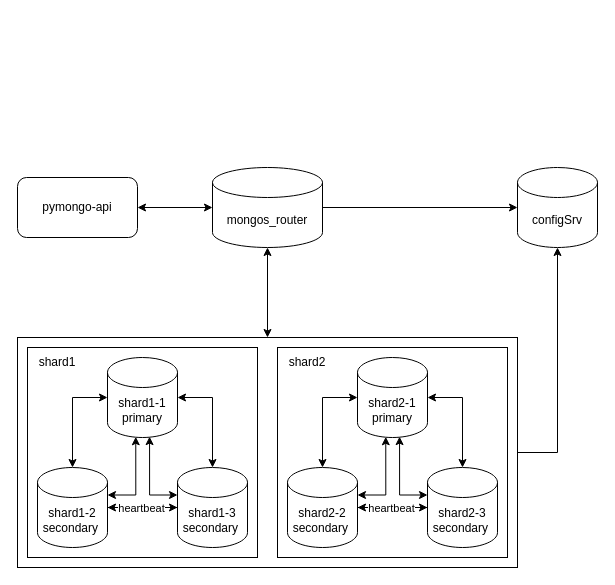
Above: diagrams/task2.drawio in Alteracia/practicum_black-friday (draw.io), before the change. Source tidied: cells renumbered, new cells numbered last; positions are measured from the earlier drawing's top-left corner, leaving out a move shared by most shapes. Both pictures are drawn from the tidied source at 100%, with x=0, y=0 at pixel (17, 167).
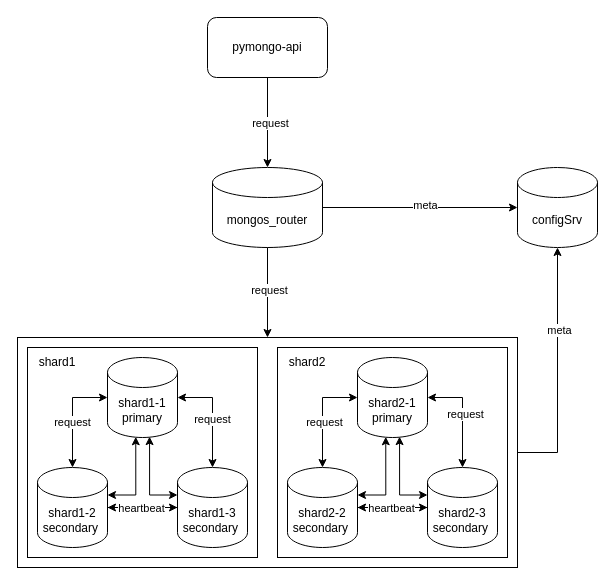
Above is the later version.

Unchanged cells that the change refers to:
```xml
<mxCell id="2" style="rounded=0;whiteSpace=wrap;html=1;" parent="1" vertex="1">
  <mxGeometry y="170" width="500" height="230" as="geometry" />
</mxCell>
<mxCell id="4" style="edgeStyle=orthogonalEdgeStyle;rounded=0;jettySize=auto;html=1;startArrow=classic;startFill=1;exitX=1;exitY=0.5;exitDx=0;exitDy=0;exitPerimeter=0;" parent="1" edge="1" source="5" target="15">
  <mxGeometry relative="1" as="geometry" />
</mxCell>
<mxCell id="8" value="mongos_router" style="shape=cylinder3;whiteSpace=wrap;html=1;boundedLbl=1;backgroundOutline=1;size=15;" parent="1" vertex="1">
  <mxGeometry x="195" width="110" height="80" as="geometry" />
</mxCell>
<mxCell id="11" style="edgeStyle=orthogonalEdgeStyle;rounded=0;jettySize=auto;html=1;" parent="1" edge="1" source="8" target="10">
  <mxGeometry relative="1" as="geometry" />
</mxCell>
<mxCell id="12" style="edgeStyle=orthogonalEdgeStyle;rounded=0;jettySize=auto;html=1;entryX=1;entryY=0.5;entryDx=0;entryDy=0;exitX=0.5;exitY=1;exitDx=0;exitDy=0;exitPerimeter=0;endArrow=none;endFill=0;startArrow=classic;startFill=1;" parent="1" edge="1" source="10" target="2">
  <mxGeometry relative="1" as="geometry" />
</mxCell>
<mxCell id="17" style="edgeStyle=orthogonalEdgeStyle;rounded=0;jettySize=auto;html=1;entryX=0.5;entryY=0;entryDx=0;entryDy=0;entryPerimeter=0;startArrow=classic;startFill=1;exitX=0;exitY=0.5;exitDx=0;exitDy=0;exitPerimeter=0;" parent="1" edge="1" source="5" target="14">
  <mxGeometry relative="1" as="geometry" />
</mxCell>
<mxCell id="23" style="edgeStyle=orthogonalEdgeStyle;rounded=0;jettySize=auto;html=1;startArrow=classic;startFill=1;exitX=1;exitY=0.5;exitDx=0;exitDy=0;exitPerimeter=0;" parent="1" edge="1" source="24" target="27">
  <mxGeometry relative="1" as="geometry" />
</mxCell>
<mxCell id="29" style="edgeStyle=orthogonalEdgeStyle;rounded=0;jettySize=auto;html=1;entryX=0.5;entryY=0;entryDx=0;entryDy=0;entryPerimeter=0;startArrow=classic;startFill=1;exitX=0;exitY=0.5;exitDx=0;exitDy=0;exitPerimeter=0;" parent="1" edge="1" source="24" target="26">
  <mxGeometry relative="1" as="geometry" />
</mxCell>
```

What changed in the source:
```diff
@@
+    <mxCell id="34" value="request" style="edgeLabel;html=1;align=center;verticalAlign=middle;" parent="4" vertex="1">
+      <mxGeometry x="0.07" y="-1" relative="1" as="geometry" />
+    </mxCell>
@@
-    <mxCell id="6" style="edgeStyle=orthogonalEdgeStyle;rounded=0;jettySize=auto;html=1;entryX=0;entryY=0.5;entryDx=0;entryDy=0;entryPerimeter=0;startArrow=classic;startFill=1;" parent="1" edge="1" source="7" target="8">
+    <mxCell id="6" style="edgeStyle=orthogonalEdgeStyle;rounded=0;jettySize=auto;html=1;entryX=0.5;entryY=0;entryDx=0;entryDy=0;entryPerimeter=0;startArrow=none;startFill=0;" parent="1" edge="1" source="7" target="8">
       <mxGeometry relative="1" as="geometry" />
     </mxCell>
+    <mxCell id="35" value="request" style="edgeLabel;html=1;align=center;verticalAlign=middle;" parent="6" vertex="1">
+      <mxGeometry x="0.01" y="2" relative="1" as="geometry" />
+    </mxCell>
     <mxCell id="7" value="pymongo-api" style="rounded=1;whiteSpace=wrap;html=1;" parent="1" vertex="1">
-      <mxGeometry y="10" width="120" height="60" as="geometry" />
+      <mxGeometry x="190" y="-150" width="120" height="60" as="geometry" />
     </mxCell>
@@
-    <mxCell id="9" style="edgeStyle=orthogonalEdgeStyle;rounded=0;jettySize=auto;html=1;startArrow=classic;startFill=1;" parent="1" edge="1" source="8" target="2">
+    <mxCell id="9" style="edgeStyle=orthogonalEdgeStyle;rounded=0;jettySize=auto;html=1;startArrow=none;startFill=0;" parent="1" edge="1" source="8" target="2">
       <mxGeometry relative="1" as="geometry" />
     </mxCell>
+    <mxCell id="36" value="request" style="edgeLabel;html=1;align=center;verticalAlign=middle;" parent="9" vertex="1">
+      <mxGeometry x="-0.06" y="1" relative="1" as="geometry" />
+    </mxCell>
@@
+    <mxCell id="37" value="meta" style="edgeLabel;html=1;align=center;verticalAlign=middle;" parent="11" vertex="1">
+      <mxGeometry x="0.05" y="3" relative="1" as="geometry" />
+    </mxCell>
@@
+    <mxCell id="38" value="meta" style="edgeLabel;html=1;align=center;verticalAlign=middle;" parent="12" vertex="1">
+      <mxGeometry x="-0.33" y="1" relative="1" as="geometry" />
+    </mxCell>
@@
+    <mxCell id="39" value="request" style="edgeLabel;html=1;align=center;verticalAlign=middle;" parent="17" vertex="1">
+      <mxGeometry x="0.13" y="-1" relative="1" as="geometry" />
+    </mxCell>
@@
+    <mxCell id="40" value="request" style="edgeLabel;html=1;align=center;verticalAlign=middle;" parent="23" vertex="1">
+      <mxGeometry x="-0.03" y="2" relative="1" as="geometry" />
+    </mxCell>
@@
+    <mxCell id="41" value="request" style="edgeLabel;html=1;align=center;verticalAlign=middle;" parent="29" vertex="1">
+      <mxGeometry x="0.13" y="1" relative="1" as="geometry" />
+    </mxCell>
```
